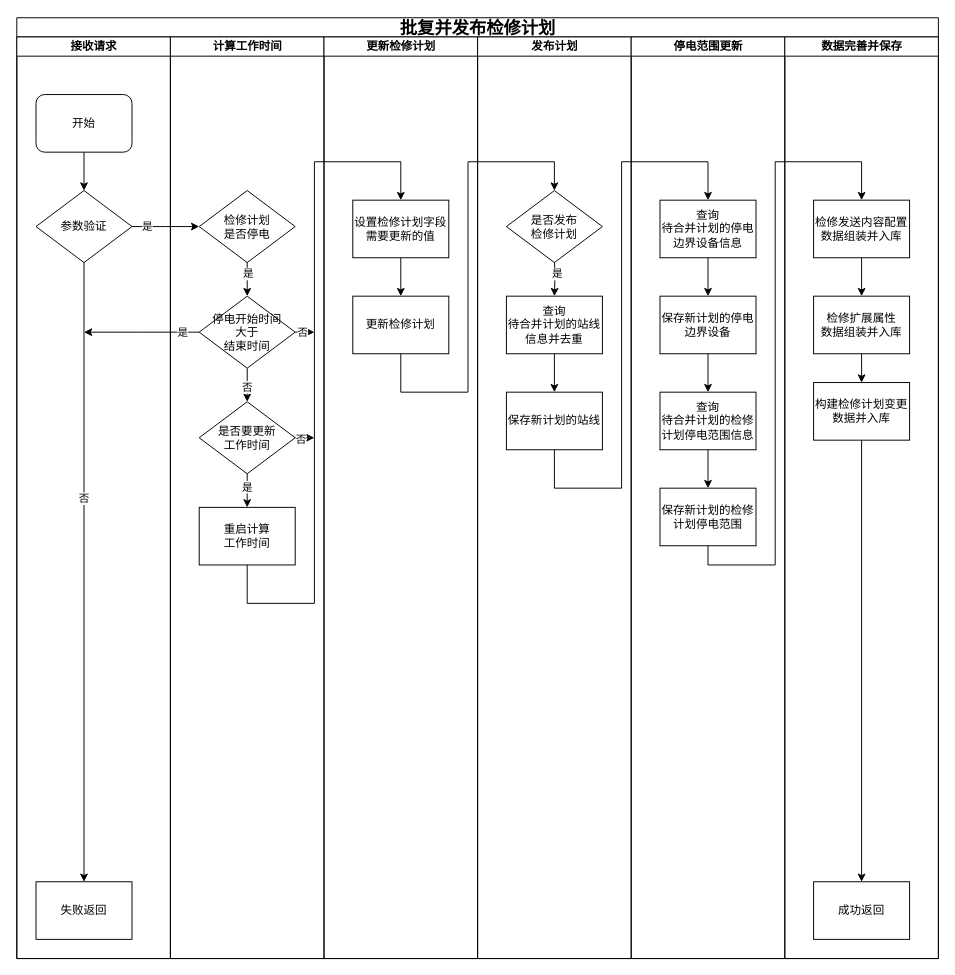
This is 批复并发布检修计划.drawio from wwwwbo/myDraw, a draw.io file, before an edit. Source tidied: cells renumbered, new cells numbered last; positions are measured from the earlier drawing's top-left corner, leaving out a move shared by most shapes. Both pictures are drawn from the tidied source at 96%, with x=0, y=0 at pixel (16, 17).
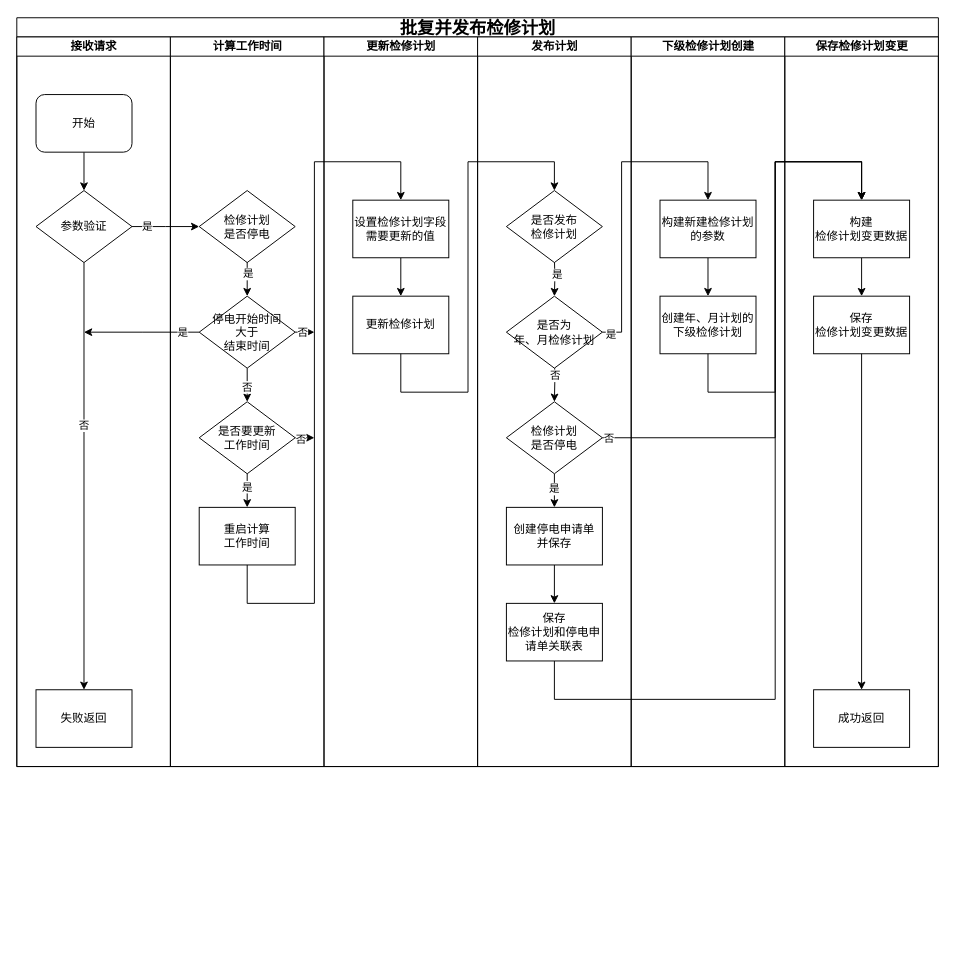
After the change.

Commit message (it also covers changes not shown here):
更新批复并发布检修计划.drawio

Change to the diagram source:
```diff
@@
     <mxCell id="2" value="&lt;font style=&quot;font-size: 18px;&quot;&gt;&lt;span style=&quot;background-color: transparent; color: light-dark(rgb(0, 0, 0), rgb(255, 255, 255));&quot;&gt;批复并发布&lt;/span&gt;检修计划&lt;/font&gt;" style="swimlane;html=1;startSize=20;rounded=0;shadow=0;labelBackgroundColor=none;strokeWidth=1;fontFamily=Verdana;fontSize=8;align=center;" parent="1" vertex="1">
-      <mxGeometry width="960" height="980" as="geometry" />
+      <mxGeometry width="960" height="780" as="geometry" />
     </mxCell>
     <mxCell id="3" value="接收请求" style="swimlane;html=1;startSize=20;" parent="2" vertex="1">
-      <mxGeometry y="20" width="160" height="960" as="geometry" />
+      <mxGeometry y="20" width="160" height="760" as="geometry" />
     </mxCell>
@@
     <mxCell id="9" value="&lt;span style=&quot;font-size: 12px;&quot;&gt;失败返回&lt;/span&gt;" style="whiteSpace=wrap;html=1;fontSize=8;fontFamily=Verdana;rounded=0;shadow=0;labelBackgroundColor=none;strokeWidth=1;" parent="3" vertex="1">
-      <mxGeometry x="20" y="880" width="100" height="60" as="geometry" />
+      <mxGeometry x="20" y="680" width="100" height="60" as="geometry" />
     </mxCell>
     <mxCell id="10" value="计算工作时间" style="swimlane;html=1;startSize=20;" parent="2" vertex="1">
-      <mxGeometry x="160" y="20" width="160" height="960" as="geometry" />
+      <mxGeometry x="160" y="20" width="160" height="760" as="geometry" />
     </mxCell>
@@
     <mxCell id="27" value="更新检修计划" style="swimlane;html=1;startSize=20;" parent="2" vertex="1">
-      <mxGeometry x="320" y="20" width="160" height="960" as="geometry" />
+      <mxGeometry x="320" y="20" width="160" height="760" as="geometry" />
     </mxCell>
@@
     <mxCell id="31" value="发布计划" style="swimlane;html=1;startSize=20;" parent="2" vertex="1">
-      <mxGeometry x="480" y="20" width="160" height="960" as="geometry" />
+      <mxGeometry x="480" y="20" width="160" height="760" as="geometry" />
     </mxCell>
-    <mxCell id="32" style="edgeStyle=orthogonalEdgeStyle;rounded=0;jettySize=auto;html=1;exitX=0.5;exitY=1;exitDx=0;exitDy=0;" parent="31" edge="1" source="33" target="34">
-      <mxGeometry relative="1" as="geometry" />
+    <mxCell id="32" style="edgeStyle=orthogonalEdgeStyle;rounded=0;jettySize=auto;html=1;exitX=0.5;exitY=1;exitDx=0;exitDy=0;entryX=0.5;entryY=0;entryDx=0;entryDy=0;" parent="31" edge="1" target="64">
+      <mxGeometry relative="1" as="geometry">
+        <mxPoint x="80" y="330" as="sourcePoint" />
+      </mxGeometry>
     </mxCell>
-    <mxCell id="33" value="&lt;div&gt;&lt;span style=&quot;font-size: 12px;&quot;&gt;查询&lt;/span&gt;&lt;span style=&quot;font-size: 12px;&quot;&gt;&lt;/span&gt;&lt;/div&gt;&lt;span style=&quot;font-size: 12px;&quot;&gt;待合并计划的站线信息并去重&lt;br&gt;&lt;/span&gt;" style="whiteSpace=wrap;html=1;fontSize=8;fontFamily=Verdana;rounded=0;shadow=0;labelBackgroundColor=none;strokeWidth=1;" parent="31" vertex="1">
-      <mxGeometry x="30" y="270" width="100" height="60" as="geometry" />
-    </mxCell>
-    <mxCell id="34" value="&lt;span style=&quot;font-size: 12px;&quot;&gt;保存新计划的站线&lt;/span&gt;" style="whiteSpace=wrap;html=1;fontSize=8;fontFamily=Verdana;rounded=0;shadow=0;labelBackgroundColor=none;strokeWidth=1;" parent="31" vertex="1">
-      <mxGeometry x="30" y="370" width="100" height="60" as="geometry" />
-    </mxCell>
+    <mxCell id="60" value="否" style="edgeLabel;html=1;align=center;verticalAlign=middle;" parent="32" vertex="1">
+      <mxGeometry x="-0.09" relative="1" as="geometry" />
+    </mxCell>
-    <mxCell id="35" style="edgeStyle=orthogonalEdgeStyle;rounded=0;jettySize=auto;html=1;exitX=0.5;exitY=1;exitDx=0;exitDy=0;" parent="31" edge="1" target="33">
+    <mxCell id="35" style="edgeStyle=orthogonalEdgeStyle;rounded=0;orthogonalLoop=1;jettySize=auto;html=1;exitX=0.5;exitY=1;exitDx=0;exitDy=0;" parent="31" edge="1">
       <mxGeometry relative="1" as="geometry">
         <mxPoint x="80" y="230" as="sourcePoint" />
+        <mxPoint x="80" y="270" as="targetPoint" />
       </mxGeometry>
     </mxCell>
@@
+    <mxCell id="61" value="&lt;span style=&quot;font-size: 12px;&quot;&gt;是否为&lt;/span&gt;&lt;div&gt;&lt;span style=&quot;font-size: 12px;&quot;&gt;年、月检修计划&lt;/span&gt;&lt;/div&gt;" style="rhombus;whiteSpace=wrap;html=1;rounded=0;shadow=0;labelBackgroundColor=none;strokeWidth=1;fontFamily=Verdana;fontSize=8;align=center;" parent="31" vertex="1">
+      <mxGeometry x="30" y="270" width="100" height="75" as="geometry" />
+    </mxCell>
+    <mxCell id="62" style="edgeStyle=orthogonalEdgeStyle;rounded=0;jettySize=auto;html=1;exitX=0.5;exitY=1;exitDx=0;exitDy=0;entryX=0.5;entryY=0;entryDx=0;entryDy=0;" parent="31" edge="1" source="64" target="66">
+      <mxGeometry relative="1" as="geometry" />
+    </mxCell>
+    <mxCell id="63" value="是" style="edgeLabel;html=1;align=center;verticalAlign=middle;" parent="62" vertex="1">
+      <mxGeometry x="-0.14" y="-1" relative="1" as="geometry" />
+    </mxCell>
+    <mxCell id="64" value="&lt;span style=&quot;font-size: 12px;&quot;&gt;检修计划&lt;/span&gt;&lt;div&gt;&lt;span style=&quot;font-size: 12px;&quot;&gt;是否&lt;/span&gt;&lt;span style=&quot;font-size: 12px; background-color: transparent; color: light-dark(rgb(0, 0, 0), rgb(255, 255, 255));&quot;&gt;停电&lt;/span&gt;&lt;/div&gt;" style="rhombus;whiteSpace=wrap;html=1;rounded=0;shadow=0;labelBackgroundColor=none;strokeWidth=1;fontFamily=Verdana;fontSize=8;align=center;" parent="31" vertex="1">
+      <mxGeometry x="30" y="380" width="100" height="75" as="geometry" />
+    </mxCell>
+    <mxCell id="65" style="edgeStyle=orthogonalEdgeStyle;rounded=0;jettySize=auto;html=1;exitX=0.5;exitY=1;exitDx=0;exitDy=0;" parent="31" edge="1" source="66" target="68">
+      <mxGeometry relative="1" as="geometry" />
+    </mxCell>
+    <mxCell id="66" value="&lt;span style=&quot;font-size: 12px;&quot;&gt;创建停电申请单&lt;/span&gt;&lt;div&gt;&lt;span style=&quot;font-size: 12px;&quot;&gt;并保存&lt;/span&gt;&lt;/div&gt;" style="whiteSpace=wrap;html=1;fontSize=8;fontFamily=Verdana;rounded=0;shadow=0;labelBackgroundColor=none;strokeWidth=1;" parent="31" vertex="1">
+      <mxGeometry x="30" y="490" width="100" height="60" as="geometry" />
+    </mxCell>
+    <mxCell id="67" style="edgeStyle=orthogonalEdgeStyle;rounded=0;jettySize=auto;html=1;exitX=0.5;exitY=1;exitDx=0;exitDy=0;" parent="31" edge="1" source="68">
+      <mxGeometry relative="1" as="geometry">
+        <mxPoint x="400" y="170" as="targetPoint" />
+        <Array as="points">
+          <mxPoint x="80" y="690" />
+          <mxPoint x="310" y="690" />
+          <mxPoint x="310" y="130" />
+          <mxPoint x="400" y="130" />
+        </Array>
+      </mxGeometry>
+    </mxCell>
+    <mxCell id="68" value="&lt;span style=&quot;font-size: 12px;&quot;&gt;保存&lt;/span&gt;&lt;div&gt;&lt;span style=&quot;font-size: 12px;&quot;&gt;检修计划和停电申请单关联表&lt;/span&gt;&lt;/div&gt;" style="whiteSpace=wrap;html=1;fontSize=8;fontFamily=Verdana;rounded=0;shadow=0;labelBackgroundColor=none;strokeWidth=1;" parent="31" vertex="1">
+      <mxGeometry x="30" y="590" width="100" height="60" as="geometry" />
+    </mxCell>
-    <mxCell id="38" value="停电范围更新" style="swimlane;html=1;startSize=20;" parent="2" vertex="1">
-      <mxGeometry x="640" y="20" width="160" height="960" as="geometry" />
+    <mxCell id="38" value="下级检修计划创建" style="swimlane;html=1;startSize=20;" parent="2" vertex="1">
+      <mxGeometry x="640" y="20" width="160" height="760" as="geometry" />
     </mxCell>
@@
-    <mxCell id="40" value="&lt;div&gt;&lt;span style=&quot;font-size: 12px;&quot;&gt;查询&lt;/span&gt;&lt;span style=&quot;font-size: 12px;&quot;&gt;&lt;/span&gt;&lt;/div&gt;&lt;span style=&quot;font-size: 12px;&quot;&gt;待合并计划的停电边界设备信息&lt;/span&gt;" style="whiteSpace=wrap;html=1;fontSize=8;fontFamily=Verdana;rounded=0;shadow=0;labelBackgroundColor=none;strokeWidth=1;" parent="38" vertex="1">
+    <mxCell id="40" value="&lt;span style=&quot;font-size: 12px;&quot;&gt;构建新建检修计划的参数&lt;/span&gt;" style="whiteSpace=wrap;html=1;fontSize=8;fontFamily=Verdana;rounded=0;shadow=0;labelBackgroundColor=none;strokeWidth=1;" parent="38" vertex="1">
       <mxGeometry x="30" y="170" width="100" height="60" as="geometry" />
     </mxCell>
-    <mxCell id="41" style="edgeStyle=orthogonalEdgeStyle;rounded=0;jettySize=auto;html=1;exitX=0.5;exitY=1;exitDx=0;exitDy=0;entryX=0.5;entryY=0;entryDx=0;entryDy=0;" parent="38" edge="1" source="42" target="44">
-      <mxGeometry relative="1" as="geometry" />
-    </mxCell>
-    <mxCell id="42" value="&lt;span style=&quot;font-size: 12px;&quot;&gt;保存新计划的停电边界设备&lt;/span&gt;" style="whiteSpace=wrap;html=1;fontSize=8;fontFamily=Verdana;rounded=0;shadow=0;labelBackgroundColor=none;strokeWidth=1;" parent="38" vertex="1">
+    <mxCell id="42" value="&lt;span style=&quot;font-size: 12px;&quot;&gt;创建年、月计划的下级检修计划&lt;/span&gt;" style="whiteSpace=wrap;html=1;fontSize=8;fontFamily=Verdana;rounded=0;shadow=0;labelBackgroundColor=none;strokeWidth=1;" parent="38" vertex="1">
       <mxGeometry x="30" y="270" width="100" height="60" as="geometry" />
     </mxCell>
-    <mxCell id="43" style="edgeStyle=orthogonalEdgeStyle;rounded=0;jettySize=auto;html=1;exitX=0.5;exitY=1;exitDx=0;exitDy=0;entryX=0.5;entryY=0;entryDx=0;entryDy=0;" parent="38" edge="1" source="44" target="45">
-      <mxGeometry relative="1" as="geometry" />
-    </mxCell>
-    <mxCell id="44" value="&lt;div&gt;&lt;span style=&quot;font-size: 12px;&quot;&gt;查询&lt;/span&gt;&lt;span style=&quot;font-size: 12px;&quot;&gt;&lt;/span&gt;&lt;/div&gt;&lt;span style=&quot;font-size: 12px;&quot;&gt;待合并计划的检修计划停电范围信息&lt;/span&gt;" style="whiteSpace=wrap;html=1;fontSize=8;fontFamily=Verdana;rounded=0;shadow=0;labelBackgroundColor=none;strokeWidth=1;" parent="38" vertex="1">
-      <mxGeometry x="30" y="370" width="100" height="60" as="geometry" />
-    </mxCell>
-    <mxCell id="45" value="&lt;span style=&quot;font-size: 12px;&quot;&gt;保存新计划的&lt;/span&gt;&lt;span style=&quot;font-size: 12px;&quot;&gt;检修计划停电范围&lt;/span&gt;" style="whiteSpace=wrap;html=1;fontSize=8;fontFamily=Verdana;rounded=0;shadow=0;labelBackgroundColor=none;strokeWidth=1;" parent="38" vertex="1">
-      <mxGeometry x="30" y="470" width="100" height="60" as="geometry" />
-    </mxCell>
@@
-    <mxCell id="48" value="数据完善并保存" style="swimlane;html=1;startSize=20;" parent="2" vertex="1">
-      <mxGeometry x="800" y="20" width="160" height="960" as="geometry" />
+    <mxCell id="48" value="保存检修计划变更" style="swimlane;html=1;startSize=20;" parent="2" vertex="1">
+      <mxGeometry x="800" y="20" width="160" height="760" as="geometry" />
     </mxCell>
@@
-    <mxCell id="50" value="&lt;div&gt;&lt;span style=&quot;font-size: 12px;&quot;&gt;检修发送内容配置&lt;/span&gt;&lt;/div&gt;&lt;div&gt;&lt;span style=&quot;font-size: 12px;&quot;&gt;数据组装并入库&lt;/span&gt;&lt;/div&gt;" style="whiteSpace=wrap;html=1;fontSize=8;fontFamily=Verdana;rounded=0;shadow=0;labelBackgroundColor=none;strokeWidth=1;" parent="48" vertex="1">
+    <mxCell id="50" value="&lt;div&gt;&lt;span style=&quot;font-size: 12px;&quot;&gt;构建&lt;/span&gt;&lt;/div&gt;&lt;div&gt;&lt;span style=&quot;font-size: 12px;&quot;&gt;检修计划变更数据&lt;/span&gt;&lt;/div&gt;" style="whiteSpace=wrap;html=1;fontSize=8;fontFamily=Verdana;rounded=0;shadow=0;labelBackgroundColor=none;strokeWidth=1;" parent="48" vertex="1">
       <mxGeometry x="30" y="170" width="100" height="60" as="geometry" />
     </mxCell>
-    <mxCell id="51" style="edgeStyle=orthogonalEdgeStyle;rounded=0;jettySize=auto;html=1;exitX=0.5;exitY=1;exitDx=0;exitDy=0;entryX=0.5;entryY=0;entryDx=0;entryDy=0;" parent="48" edge="1" source="52" target="53">
-      <mxGeometry relative="1" as="geometry" />
-    </mxCell>
-    <mxCell id="52" value="&lt;span style=&quot;font-size: 12px;&quot;&gt;检修扩展属性&lt;/span&gt;&lt;div&gt;&lt;span style=&quot;font-size: 12px;&quot;&gt;数据组装并入库&lt;/span&gt;&lt;/div&gt;" style="whiteSpace=wrap;html=1;fontSize=8;fontFamily=Verdana;rounded=0;shadow=0;labelBackgroundColor=none;strokeWidth=1;" parent="48" vertex="1">
+    <mxCell id="52" value="&lt;span style=&quot;font-size: 12px;&quot;&gt;保存&lt;/span&gt;&lt;div&gt;&lt;span style=&quot;font-size: 12px;&quot;&gt;检修计划变更数据&lt;/span&gt;&lt;/div&gt;" style="whiteSpace=wrap;html=1;fontSize=8;fontFamily=Verdana;rounded=0;shadow=0;labelBackgroundColor=none;strokeWidth=1;" parent="48" vertex="1">
       <mxGeometry x="30" y="270" width="100" height="60" as="geometry" />
     </mxCell>
-    <mxCell id="53" value="&lt;span style=&quot;font-size: 12px;&quot;&gt;构建检修计划变更数据并入库&lt;/span&gt;" style="whiteSpace=wrap;html=1;fontSize=8;fontFamily=Verdana;rounded=0;shadow=0;labelBackgroundColor=none;strokeWidth=1;" parent="48" vertex="1">
-      <mxGeometry x="30" y="360" width="100" height="60" as="geometry" />
-    </mxCell>
-    <mxCell id="54" style="edgeStyle=orthogonalEdgeStyle;rounded=0;jettySize=auto;html=1;exitX=0.5;exitY=1;exitDx=0;exitDy=0;entryX=0.5;entryY=0;entryDx=0;entryDy=0;" parent="48" edge="1" source="53" target="55">
+    <mxCell id="54" style="edgeStyle=orthogonalEdgeStyle;rounded=0;jettySize=auto;html=1;exitX=0.5;exitY=1;exitDx=0;exitDy=0;entryX=0.5;entryY=0;entryDx=0;entryDy=0;" parent="48" edge="1" source="52" target="55">
       <mxGeometry relative="1" as="geometry" />
     </mxCell>
     <mxCell id="55" value="&lt;span style=&quot;font-size: 12px;&quot;&gt;成功返回&lt;/span&gt;" style="whiteSpace=wrap;html=1;fontSize=8;fontFamily=Verdana;rounded=0;shadow=0;labelBackgroundColor=none;strokeWidth=1;" parent="48" vertex="1">
-      <mxGeometry x="30" y="880" width="100" height="60" as="geometry" />
+      <mxGeometry x="30" y="680" width="100" height="60" as="geometry" />
     </mxCell>
-    <mxCell id="56" style="edgeStyle=orthogonalEdgeStyle;rounded=0;jettySize=auto;html=1;entryX=0.5;entryY=0;entryDx=0;entryDy=0;exitX=0.5;exitY=1;exitDx=0;exitDy=0;" parent="2" edge="1" source="34" target="40">
-      <mxGeometry relative="1" as="geometry">
-        <Array as="points">
-          <mxPoint x="560" y="490" />
-          <mxPoint x="630" y="490" />
-          <mxPoint x="630" y="150" />
-          <mxPoint x="720" y="150" />
-        </Array>
-      </mxGeometry>
-    </mxCell>
@@
-    <mxCell id="59" style="edgeStyle=orthogonalEdgeStyle;rounded=0;jettySize=auto;html=1;exitX=0.5;exitY=1;exitDx=0;exitDy=0;entryX=0.5;entryY=0;entryDx=0;entryDy=0;" parent="2" edge="1" source="45" target="50">
+    <mxCell id="59" style="edgeStyle=orthogonalEdgeStyle;rounded=0;jettySize=auto;html=1;exitX=0.5;exitY=1;exitDx=0;exitDy=0;entryX=0.5;entryY=0;entryDx=0;entryDy=0;" parent="2" edge="1" source="42" target="50">
       <mxGeometry relative="1" as="geometry">
         <Array as="points">
-          <mxPoint x="720" y="570" />
-          <mxPoint x="790" y="570" />
+          <mxPoint x="720" y="390" />
+          <mxPoint x="790" y="390" />
           <mxPoint x="790" y="150" />
           <mxPoint x="880" y="150" />
         </Array>
       </mxGeometry>
     </mxCell>
+    <mxCell id="69" style="edgeStyle=orthogonalEdgeStyle;rounded=0;jettySize=auto;html=1;exitX=1;exitY=0.5;exitDx=0;exitDy=0;entryX=0.5;entryY=0;entryDx=0;entryDy=0;" parent="2" edge="1" source="61" target="40">
+      <mxGeometry relative="1" as="geometry">
+        <Array as="points">
+          <mxPoint x="630" y="328" />
+          <mxPoint x="630" y="150" />
+          <mxPoint x="720" y="150" />
+        </Array>
+      </mxGeometry>
+    </mxCell>
+    <mxCell id="70" value="是" style="edgeLabel;html=1;align=center;verticalAlign=middle;" parent="69" vertex="1">
+      <mxGeometry x="-0.95" y="-1" relative="1" as="geometry">
+        <mxPoint y="1" as="offset" />
+      </mxGeometry>
+    </mxCell>
+    <mxCell id="71" style="edgeStyle=orthogonalEdgeStyle;rounded=0;jettySize=auto;html=1;exitX=1;exitY=0.5;exitDx=0;exitDy=0;entryX=0.5;entryY=0;entryDx=0;entryDy=0;" parent="2" edge="1" source="64" target="50">
+      <mxGeometry relative="1" as="geometry">
+        <Array as="points">
+          <mxPoint x="790" y="438" />
+          <mxPoint x="790" y="150" />
+          <mxPoint x="880" y="150" />
+        </Array>
+      </mxGeometry>
+    </mxCell>
+    <mxCell id="72" value="否" style="edgeLabel;html=1;align=center;verticalAlign=middle;" parent="71" vertex="1">
+      <mxGeometry x="-0.98" y="1" relative="1" as="geometry">
+        <mxPoint y="1" as="offset" />
+      </mxGeometry>
+    </mxCell>
```
